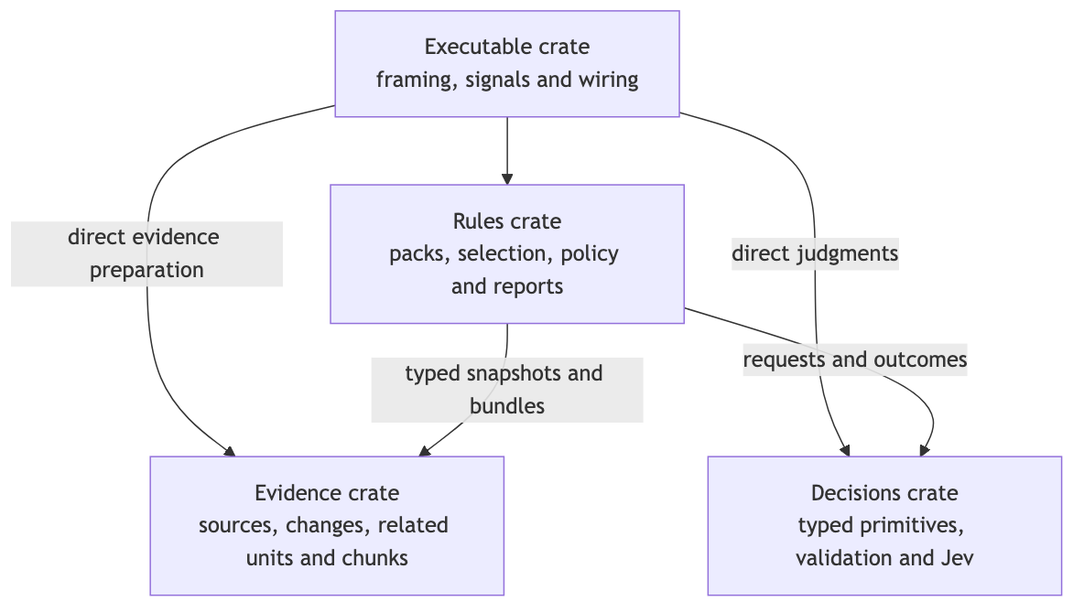
The Mermaid diagram docs/specs/2026-10-12-rust-rule-engine/assets/crate-dependencies.png in ShravanSunder/sunstack-tools, before a commit. Its source is kept beside it as docs/specs/2026-10-12-rust-rule-engine/assets/crate-dependencies.mmd.
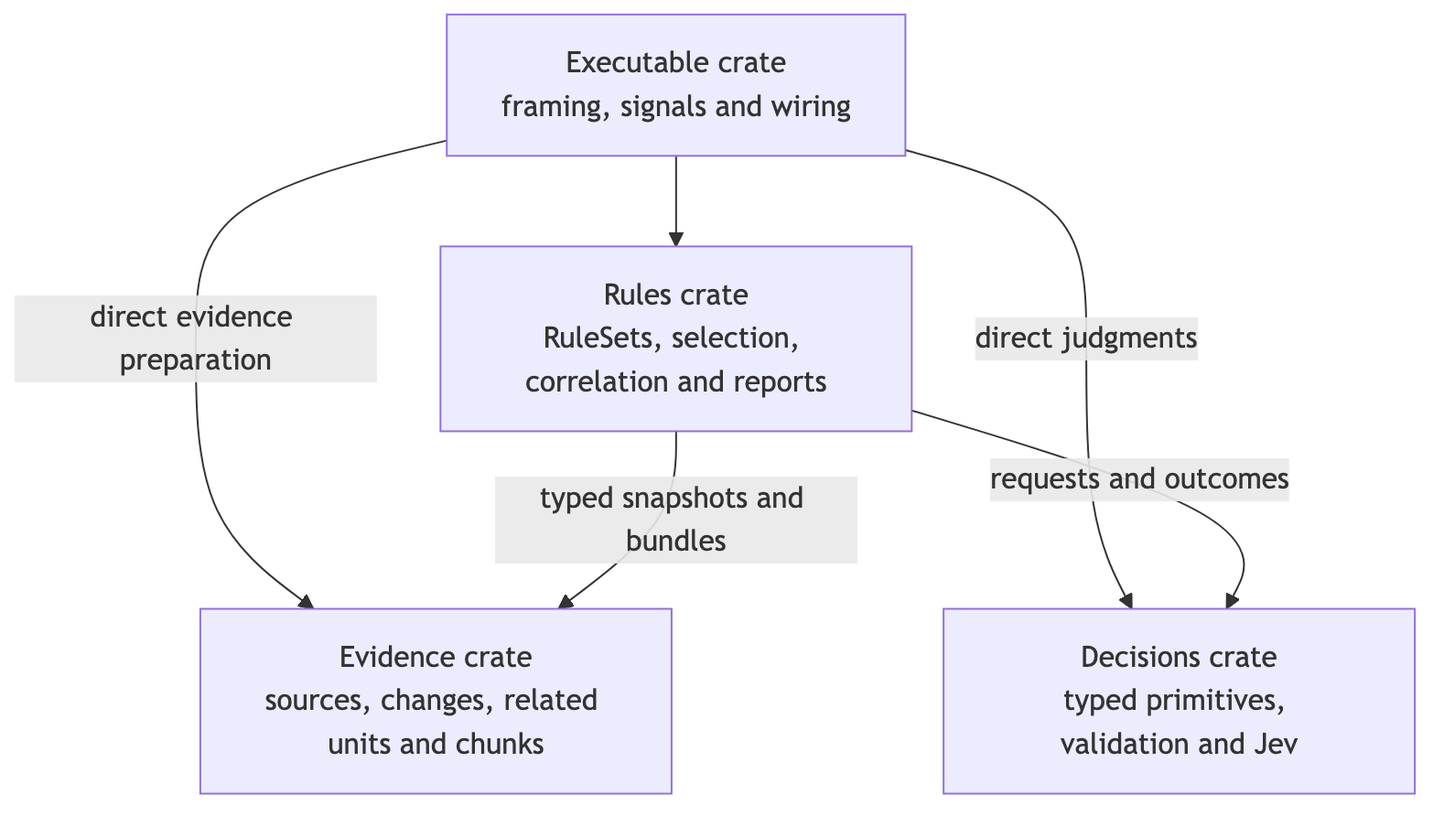
Later version of the same file.

Change to the diagram source:
```diff
@@ -1,5 +1,5 @@
 flowchart TB
-  C["Executable crate<br/>framing, signals and wiring"] --> R["Rules crate<br/>packs, selection, policy and reports"]
+  C["Executable crate<br/>framing, signals and wiring"] --> R["Rules crate<br/>RuleSets, selection, correlation and reports"]
   C -->|"direct judgments"| D["Decisions crate<br/>typed primitives, validation and Jev"]
   C -->|"direct evidence preparation"| E["Evidence crate<br/>sources, changes, related units and chunks"]
   R -->|"typed snapshots and bundles"| E
```
